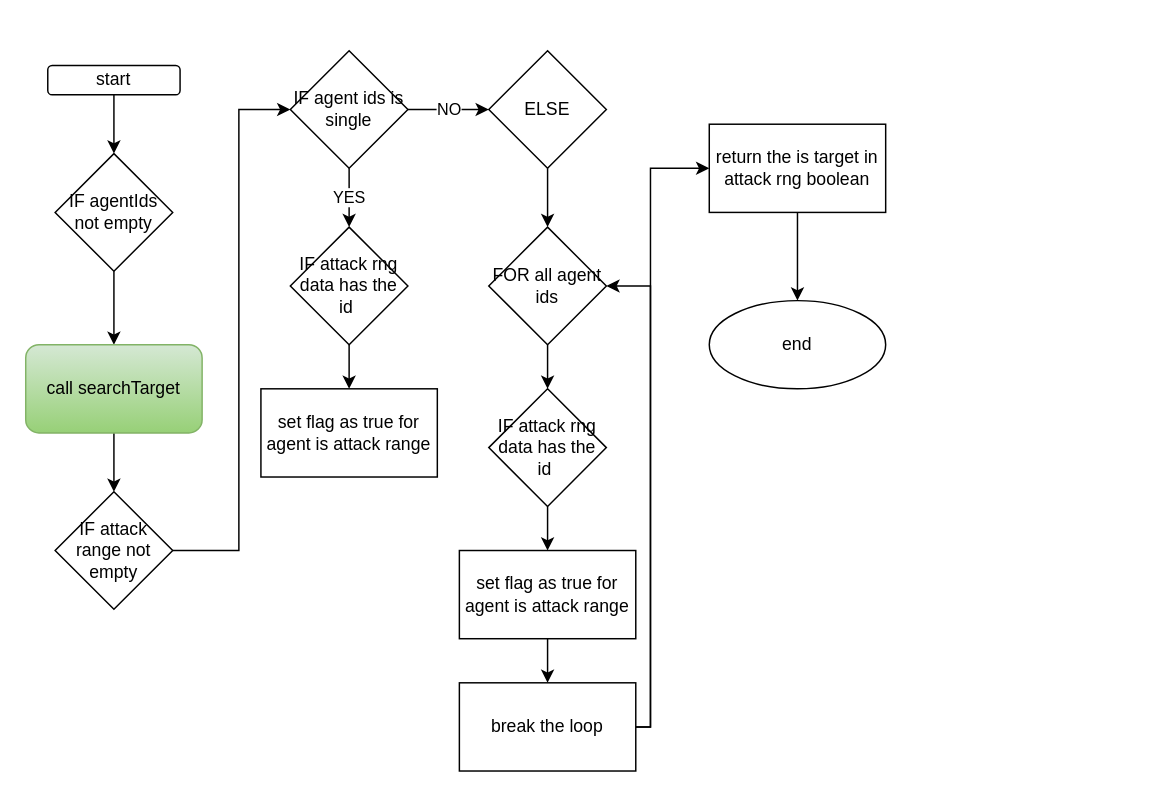
Before: agentSearch/isInAttckRange.drawio in sivagit/diagrams, a draw.io diagram. Source tidied: cells renumbered, new cells numbered last; positions are measured from the earlier drawing's top-left corner, leaving out a move shared by most shapes. Both pictures are drawn from the tidied source at 147%, with x=0, y=0 at pixel (25, 50).
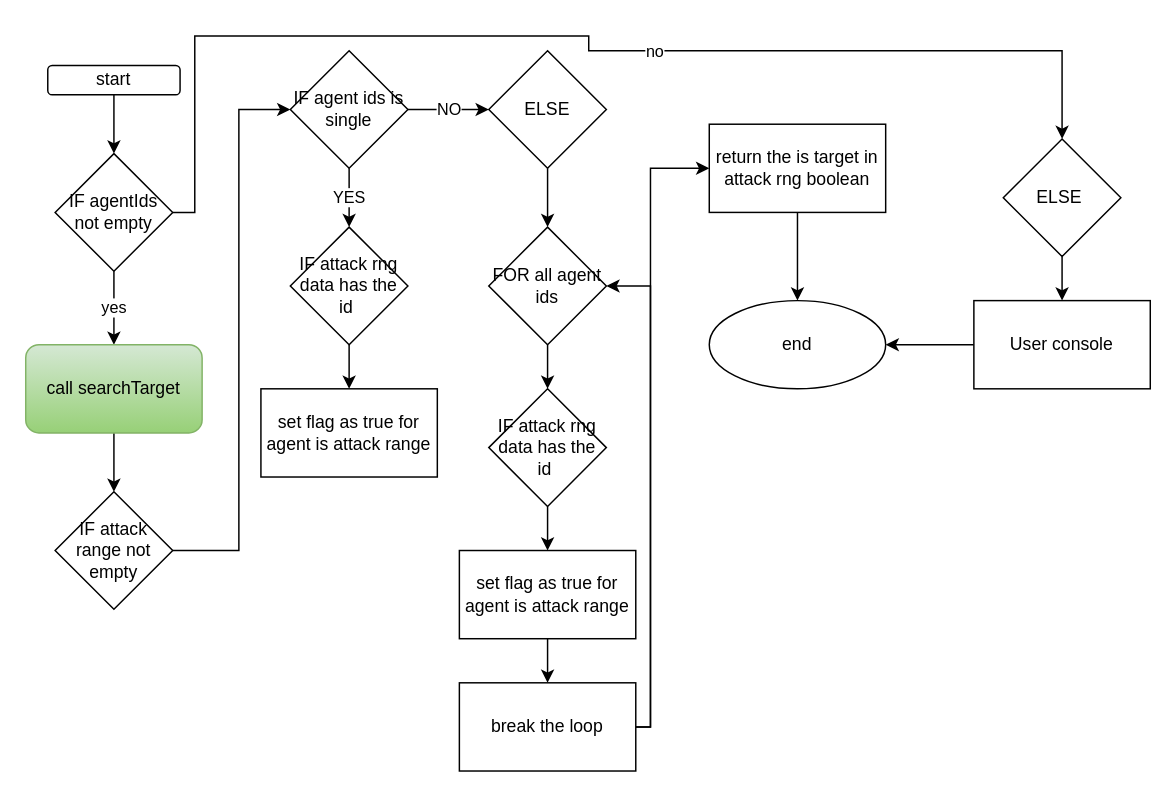
The same page after the edit.

The change refers to these unchanged cells:
```xml
<mxCell id="5" value="IF agentIds not empty" style="rhombus;whiteSpace=wrap;html=1;" parent="1" vertex="1">
  <mxGeometry x="20" y="70" width="80" height="80" as="geometry" />
</mxCell>
<mxCell id="7" value="call&amp;nbsp;searchTarget" style="rounded=1;whiteSpace=wrap;html=1;fillColor=#d5e8d4;gradientColor=#97d077;strokeColor=#82b366;" parent="1" vertex="1">
  <mxGeometry y="200" width="120" height="60" as="geometry" />
</mxCell>
<mxCell id="29" value="end" style="ellipse;whiteSpace=wrap;html=1;" parent="1" vertex="1">
  <mxGeometry x="465" y="170" width="120" height="60" as="geometry" />
</mxCell>
```

What changed in the source:
```diff
@@
-    <mxCell id="4" style="edgeStyle=orthogonalEdgeStyle;rounded=0;jettySize=auto;html=1;" parent="1" edge="1" source="5" target="7">
+    <mxCell id="4" value="yes" style="edgeStyle=orthogonalEdgeStyle;rounded=0;jettySize=auto;html=1;" parent="1" edge="1" source="5" target="7">
       <mxGeometry relative="1" as="geometry" />
     </mxCell>
+    <mxCell id="30" style="edgeStyle=orthogonalEdgeStyle;rounded=0;jettySize=auto;html=1;" parent="1" edge="1" source="5" target="33">
+      <mxGeometry relative="1" as="geometry">
+        <Array as="points">
+          <mxPoint x="115" y="110" />
+          <mxPoint x="115" y="-10" />
+          <mxPoint x="383" y="-10" />
+          <mxPoint x="383" />
+          <mxPoint x="705" />
+        </Array>
+      </mxGeometry>
+    </mxCell>
+    <mxCell id="31" value="no" style="edgeLabel;html=1;align=center;verticalAlign=middle;" parent="30" vertex="1">
+      <mxGeometry x="0.15" relative="1" as="geometry" />
+    </mxCell>
@@
+    <mxCell id="32" style="edgeStyle=orthogonalEdgeStyle;rounded=0;jettySize=auto;html=1;" parent="1" edge="1" source="33" target="35">
+      <mxGeometry relative="1" as="geometry" />
+    </mxCell>
+    <mxCell id="33" value="ELSE&amp;nbsp;" style="rhombus;whiteSpace=wrap;html=1;" parent="1" vertex="1">
+      <mxGeometry x="665" y="60" width="80" height="80" as="geometry" />
+    </mxCell>
+    <mxCell id="34" style="edgeStyle=orthogonalEdgeStyle;rounded=0;jettySize=auto;html=1;" parent="1" edge="1" source="35" target="29">
+      <mxGeometry relative="1" as="geometry" />
+    </mxCell>
+    <mxCell id="35" value="User console" style="whiteSpace=wrap;html=1;" parent="1" vertex="1">
+      <mxGeometry x="645" y="170" width="120" height="60" as="geometry" />
+    </mxCell>
```
